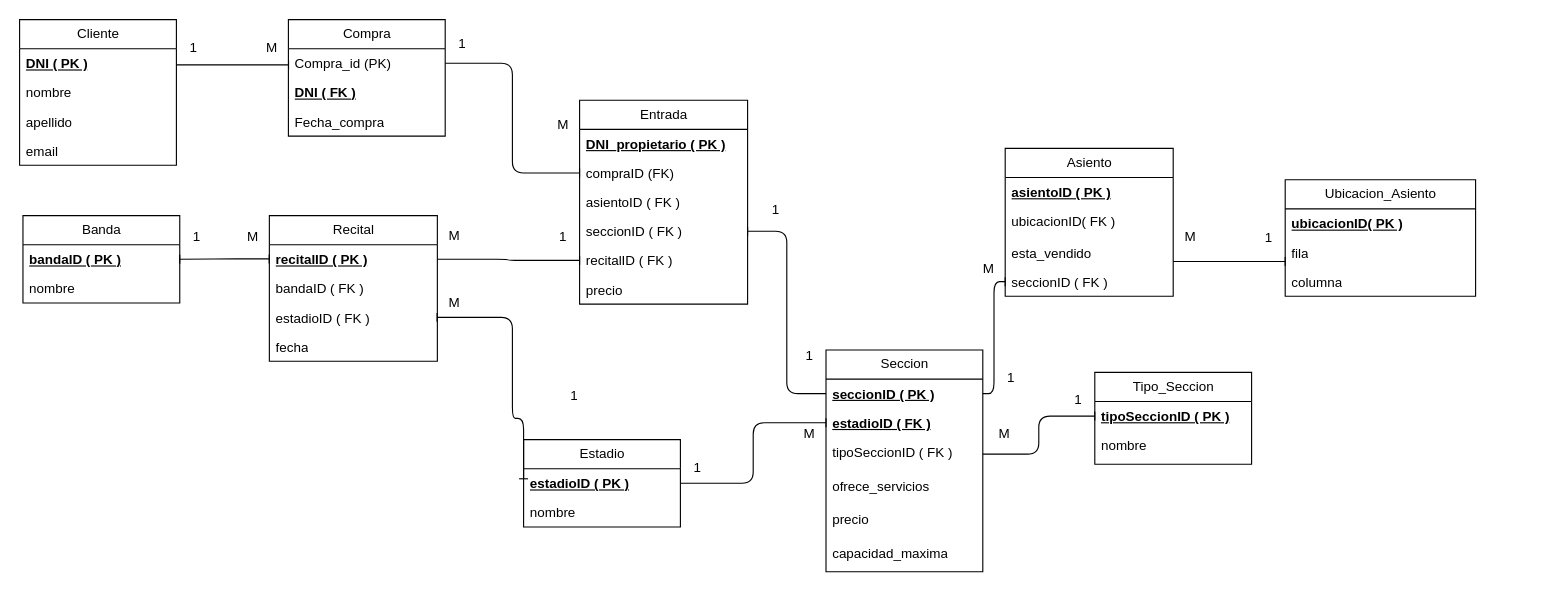
Earlier version of the draw.io diagram diagrama.drawio (DavidLBruno/sql-project). Source tidied: cells renumbered, new cells numbered last; positions are measured from the earlier drawing's top-left corner, leaving out a move shared by most shapes. Both pictures are drawn from the tidied source at 112%, with x=0, y=0 at pixel (19, 19).
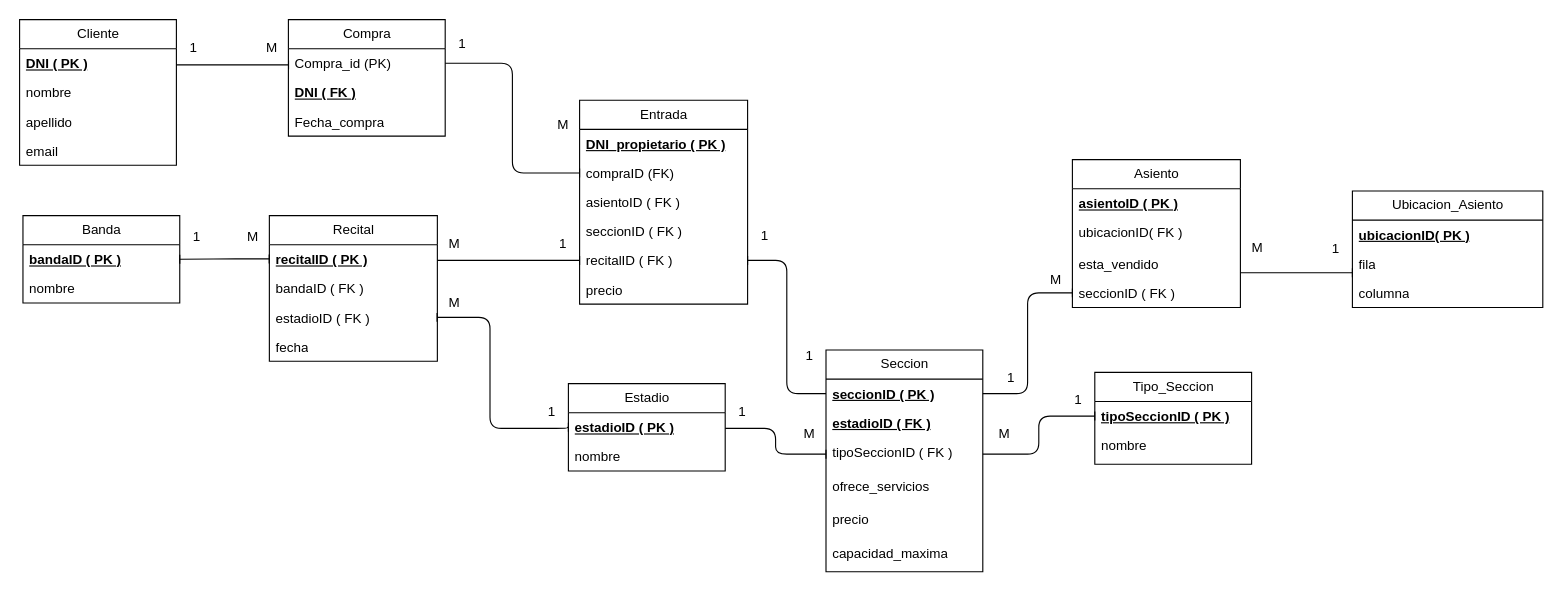
After the change.

Commit message (it also covers changes not shown here):
Update getBandaID function and improve diagram layout

The change refers to these unchanged cells:
```xml
<mxCell id="11" value="seccionID ( FK )" style="text;strokeColor=none;fillColor=none;align=left;verticalAlign=top;spacingLeft=4;spacingRight=4;overflow=hidden;points=[[0,0.5],[1,0.5]];portConstraint=eastwest;whiteSpace=wrap;html=1;" parent="7" vertex="1">
  <mxGeometry y="104" width="150" height="26" as="geometry" />
</mxCell>
<mxCell id="12" value="recitalID ( FK )" style="text;strokeColor=none;fillColor=none;align=left;verticalAlign=top;spacingLeft=4;spacingRight=4;overflow=hidden;points=[[0,0.5],[1,0.5]];portConstraint=eastwest;whiteSpace=wrap;html=1;" parent="7" vertex="1">
  <mxGeometry y="130" width="150" height="26" as="geometry" />
</mxCell>
<mxCell id="15" value="&lt;b&gt;&lt;u&gt;estadioID ( PK )&lt;/u&gt;&lt;/b&gt;" style="text;strokeColor=none;fillColor=none;align=left;verticalAlign=top;spacingLeft=4;spacingRight=4;overflow=hidden;points=[[0,0.5],[1,0.5]];portConstraint=eastwest;whiteSpace=wrap;html=1;" parent="14" vertex="1">
  <mxGeometry y="26" width="140" height="26" as="geometry" />
</mxCell>
<mxCell id="23" value="esta_vendido" style="text;strokeColor=none;fillColor=none;align=left;verticalAlign=top;spacingLeft=4;spacingRight=4;overflow=hidden;points=[[0,0.5],[1,0.5]];portConstraint=eastwest;whiteSpace=wrap;html=1;" parent="20" vertex="1">
  <mxGeometry y="80" width="150" height="26" as="geometry" />
</mxCell>
<mxCell id="43" value="&lt;b&gt;&lt;u&gt;recitalID ( PK )&lt;/u&gt;&lt;/b&gt;" style="text;strokeColor=none;fillColor=none;align=left;verticalAlign=top;spacingLeft=4;spacingRight=4;overflow=hidden;points=[[0,0.5],[1,0.5]];portConstraint=eastwest;whiteSpace=wrap;html=1;" parent="42" vertex="1">
  <mxGeometry y="26" width="150" height="26" as="geometry" />
</mxCell>
<mxCell id="51" value="M" style="text;html=1;align=center;verticalAlign=middle;points=[];strokeColor=none;fillColor=none;" parent="1" vertex="1">
  <mxGeometry x="373" y="238" width="30" height="30" as="geometry" />
</mxCell>
<mxCell id="53" value="&lt;b&gt;&lt;u&gt;seccionID ( PK )&lt;/u&gt;&lt;/b&gt;" style="text;strokeColor=none;fillColor=none;align=left;verticalAlign=top;spacingLeft=4;spacingRight=4;overflow=hidden;points=[[0,0.5],[1,0.5]];portConstraint=eastwest;whiteSpace=wrap;html=1;" parent="52" vertex="1">
  <mxGeometry y="26" width="140" height="26" as="geometry" />
</mxCell>
<mxCell id="54" value="&lt;b&gt;&lt;u&gt;estadioID ( FK )&lt;/u&gt;&lt;/b&gt;" style="text;strokeColor=none;fillColor=none;align=left;verticalAlign=top;spacingLeft=4;spacingRight=4;overflow=hidden;points=[[0,0.5],[1,0.5]];portConstraint=eastwest;whiteSpace=wrap;html=1;" parent="52" vertex="1">
  <mxGeometry y="52" width="140" height="26" as="geometry" />
</mxCell>
<mxCell id="55" value="tipoSeccionID ( FK )" style="text;strokeColor=none;fillColor=none;align=left;verticalAlign=top;spacingLeft=4;spacingRight=4;overflow=hidden;points=[[0,0.5],[1,0.5]];portConstraint=eastwest;whiteSpace=wrap;html=1;" parent="52" vertex="1">
  <mxGeometry y="78" width="140" height="30" as="geometry" />
</mxCell>
```

What changed in the source:
```diff
@@
     <mxCell id="14" value="Estadio" style="swimlane;fontStyle=0;horizontal=1;startSize=26;fillColor=none;html=1;" parent="1" vertex="1">
-      <mxGeometry x="450" y="375" width="140" height="78" as="geometry" />
+      <mxGeometry x="490" y="325" width="140" height="78" as="geometry" />
     </mxCell>
@@
     <mxCell id="20" value="Asiento" style="swimlane;fontStyle=0;horizontal=1;startSize=26;fillColor=none;html=1;" parent="1" vertex="1">
-      <mxGeometry x="880" y="115" width="150" height="132" as="geometry" />
+      <mxGeometry x="940" y="125" width="150" height="132" as="geometry" />
     </mxCell>
@@
     <mxCell id="25" value="1" style="text;html=1;align=center;verticalAlign=middle;strokeColor=none;fillColor=none;" parent="1" vertex="1">
-      <mxGeometry x="590" y="385" width="30" height="30" as="geometry" />
+      <mxGeometry x="630" y="335" width="30" height="30" as="geometry" />
     </mxCell>
     <mxCell id="26" value="1" style="text;html=1;align=center;verticalAlign=middle;strokeColor=none;fillColor=none;" parent="1" vertex="1">
-      <mxGeometry x="470" y="179" width="30" height="30" as="geometry" />
+      <mxGeometry x="470" y="185" width="30" height="30" as="geometry" />
     </mxCell>
@@
-    <mxCell id="28" style="edgeStyle=orthogonalEdgeStyle;html=1;startArrow=baseDash;startFill=0;endArrow=baseDash;endFill=0;entryX=-0.009;entryY=0.929;entryDx=0;entryDy=0;exitX=0;exitY=0.346;exitDx=0;exitDy=0;exitPerimeter=0;entryPerimeter=0;" parent="1" edge="1" source="15" target="51">
+    <mxCell id="28" style="edgeStyle=orthogonalEdgeStyle;html=1;startArrow=baseDash;startFill=0;endArrow=baseDash;endFill=0;entryX=-0.009;entryY=0.929;entryDx=0;entryDy=0;exitX=0;exitY=0.5;exitDx=0;exitDy=0;entryPerimeter=0;" parent="1" edge="1" source="15" target="51">
       <mxGeometry relative="1" as="geometry">
         <Array as="points">
-          <mxPoint x="440" y="356" />
-          <mxPoint x="440" y="266" />
+          <mxPoint x="489" y="364" />
+          <mxPoint x="420" y="365" />
+          <mxPoint x="420" y="266" />
         </Array>
       </mxGeometry>
     </mxCell>
     <mxCell id="29" value="1" style="text;html=1;align=center;verticalAlign=middle;strokeColor=none;fillColor=none;" parent="1" vertex="1">
-      <mxGeometry x="1100" y="180" width="30" height="30" as="geometry" />
+      <mxGeometry x="1160" y="190" width="30" height="30" as="geometry" />
     </mxCell>
@@
     <mxCell id="31" value="M" style="text;html=1;align=center;verticalAlign=middle;strokeColor=none;fillColor=none;" parent="1" vertex="1">
-      <mxGeometry x="1030" y="179" width="30" height="30" as="geometry" />
+      <mxGeometry x="1090" y="189" width="30" height="30" as="geometry" />
     </mxCell>
@@
     <mxCell id="47" style="edgeStyle=orthogonalEdgeStyle;html=1;endArrow=baseDash;endFill=0;entryX=0;entryY=0.5;entryDx=0;entryDy=0;" parent="1" edge="1" source="43" target="12">
-      <mxGeometry relative="1" as="geometry" />
+      <mxGeometry relative="1" as="geometry">
+        <Array as="points">
+          <mxPoint x="410" y="215" />
+          <mxPoint x="410" y="215" />
+        </Array>
+      </mxGeometry>
     </mxCell>
     <mxCell id="48" value="M" style="text;html=1;align=center;verticalAlign=middle;strokeColor=none;fillColor=none;" parent="1" vertex="1">
-      <mxGeometry x="373" y="178" width="30" height="30" as="geometry" />
+      <mxGeometry x="373" y="185" width="30" height="30" as="geometry" />
     </mxCell>
@@
     <mxCell id="63" value="Ubicacion_Asiento" style="swimlane;fontStyle=0;horizontal=1;startSize=26;fillColor=none;html=1;" parent="1" vertex="1">
-      <mxGeometry x="1130" y="143" width="170" height="104" as="geometry" />
+      <mxGeometry x="1190" y="153" width="170" height="104" as="geometry" />
     </mxCell>
@@
     <mxCell id="67" style="edgeStyle=orthogonalEdgeStyle;html=1;endArrow=baseDash;endFill=0;exitX=1;exitY=0.808;exitDx=0;exitDy=0;exitPerimeter=0;" parent="1" edge="1" source="23">
       <mxGeometry relative="1" as="geometry">
-        <mxPoint x="1130" y="216" as="targetPoint" />
+        <mxPoint x="1190" y="226" as="targetPoint" />
         <Array as="points">
-          <mxPoint x="1080" y="216" />
-          <mxPoint x="1080" y="216" />
+          <mxPoint x="1140" y="226" />
+          <mxPoint x="1140" y="226" />
         </Array>
       </mxGeometry>
     </mxCell>
@@
     <mxCell id="70" value="1" style="text;html=1;align=center;verticalAlign=middle;strokeColor=none;fillColor=none;" parent="1" vertex="1">
-      <mxGeometry x="660" y="155" width="30" height="30" as="geometry" />
+      <mxGeometry x="650" y="178" width="30" height="30" as="geometry" />
     </mxCell>
     <mxCell id="71" value="1" style="text;html=1;align=center;verticalAlign=middle;strokeColor=none;fillColor=none;" parent="1" vertex="1">
-      <mxGeometry x="480" y="321" width="30" height="30" as="geometry" />
+      <mxGeometry x="460" y="335" width="30" height="30" as="geometry" />
     </mxCell>
@@
     <mxCell id="73" value="M" style="text;html=1;align=center;verticalAlign=middle;strokeColor=none;fillColor=none;" parent="1" vertex="1">
-      <mxGeometry x="850" y="208" width="30" height="30" as="geometry" />
+      <mxGeometry x="910" y="218" width="30" height="30" as="geometry" />
     </mxCell>
-    <mxCell id="74" style="edgeStyle=orthogonalEdgeStyle;html=1;endArrow=baseDash;endFill=0;" parent="1" edge="1" source="15" target="54">
-      <mxGeometry relative="1" as="geometry" />
+    <mxCell id="74" style="edgeStyle=orthogonalEdgeStyle;html=1;endArrow=baseDash;endFill=0;entryX=0;entryY=0.5;entryDx=0;entryDy=0;" parent="1" edge="1" source="15" target="55">
+      <mxGeometry relative="1" as="geometry">
+        <Array as="points">
+          <mxPoint x="675" y="365" />
+          <mxPoint x="675" y="388" />
+        </Array>
+      </mxGeometry>
     </mxCell>
-    <mxCell id="75" style="edgeStyle=orthogonalEdgeStyle;html=1;endArrow=baseDash;endFill=0;" parent="1" edge="1" source="53" target="11">
+    <mxCell id="75" style="edgeStyle=orthogonalEdgeStyle;html=1;endArrow=baseDash;endFill=0;entryX=1;entryY=0.5;entryDx=0;entryDy=0;" parent="1" edge="1" source="53" target="12">
       <mxGeometry relative="1" as="geometry" />
     </mxCell>
```
